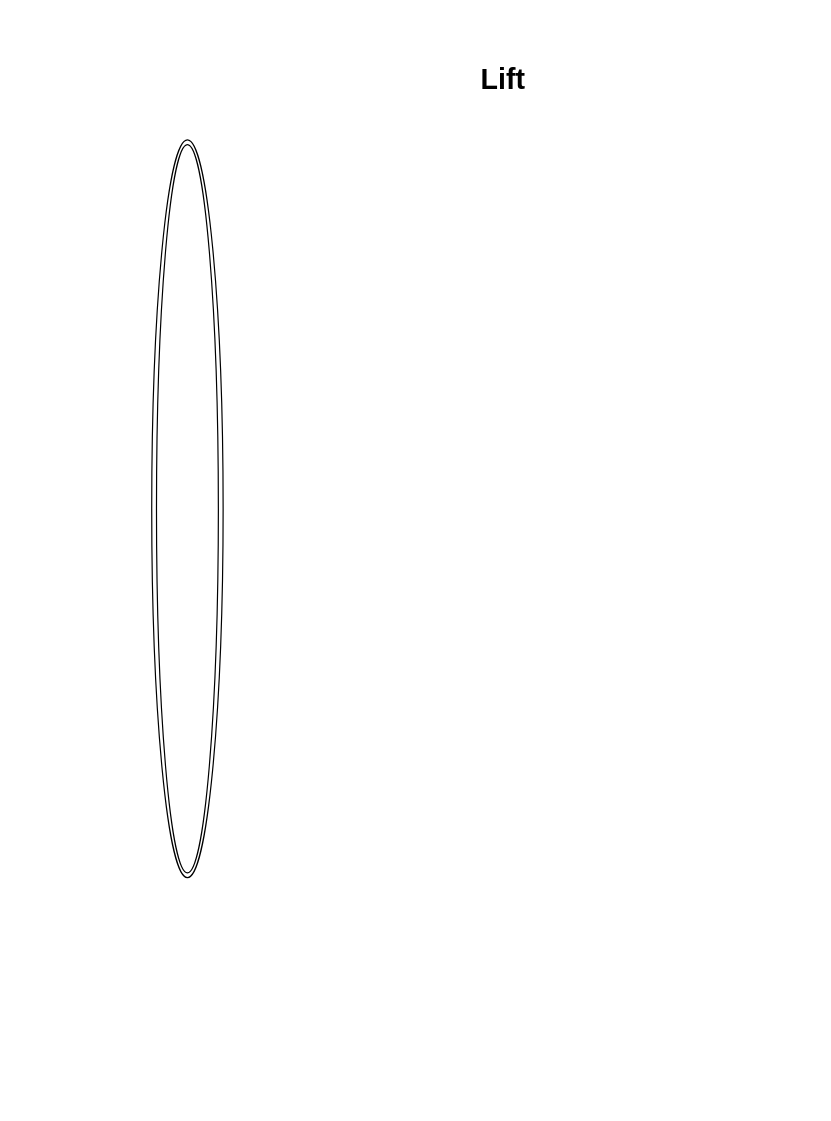
The draw.io diagram page "Lift" (4 of 4) of ballLift.drawio in DrBiffness/pachinko-lift, before the edit. Source tidied: cells renumbered, new cells numbered last; positions are measured from the earlier drawing's top-left corner, leaving out a move shared by most shapes. Both pictures are drawn from the tidied source at 119%, with x=0, y=0 at pixel (-182, 20).
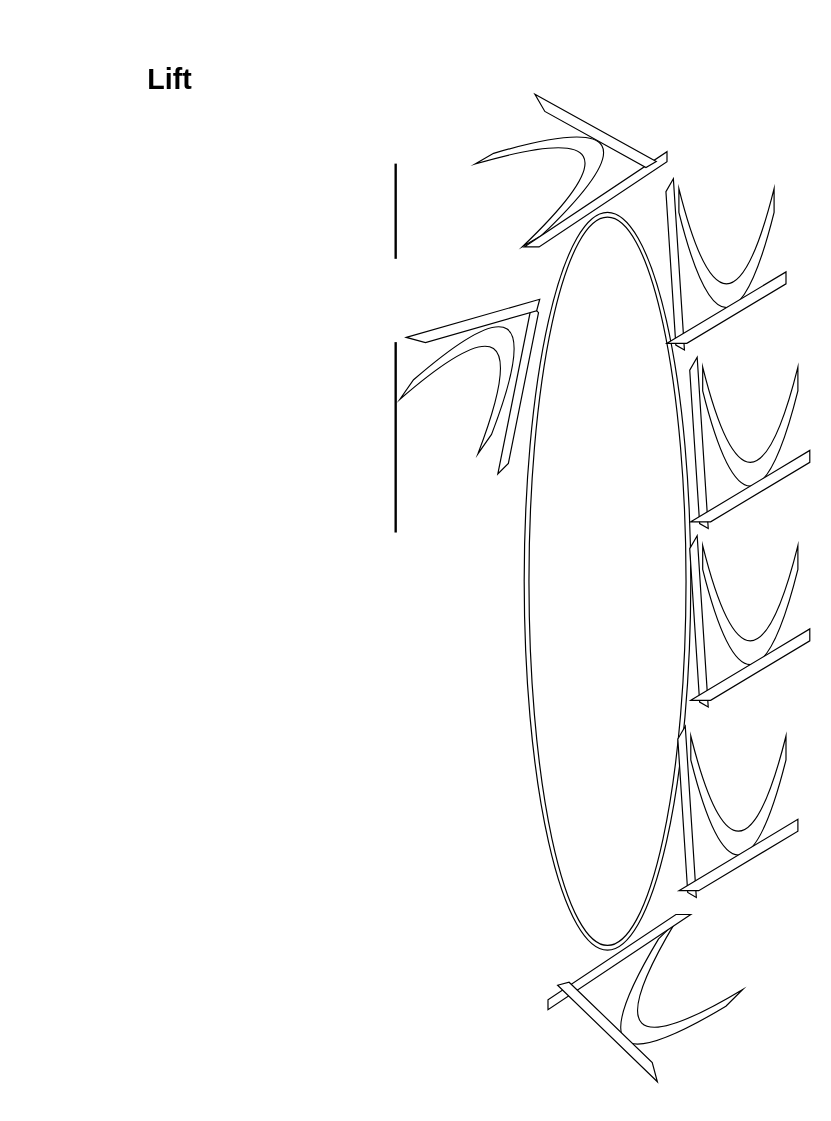
The same diagram, later.

Diff of the diagram source:
```diff
@@
     <mxCell id="2" value="Lift" style="text;strokeColor=none;fillColor=none;html=1;fontSize=24;fontStyle=1;verticalAlign=middle;align=center;" parent="1" vertex="1">
-      <mxGeometry x="450" width="250" height="100" as="geometry" />
+      <mxGeometry x="170" width="250" height="100" as="geometry" />
     </mxCell>
     <mxCell id="3" style="ellipse;shape=doubleEllipse;whiteSpace=wrap;html=1;rotation=-90;" parent="1" vertex="1">
-      <mxGeometry y="380" width="620" height="60" as="geometry" />
+      <mxGeometry x="353" y="401" width="620" height="140" as="geometry" />
     </mxCell>
+    <mxCell id="4" style="shape=dataStorage;whiteSpace=wrap;html=1;fixedSize=1;rotation=-90;size=80;" parent="1" vertex="1">
+      <mxGeometry x="733" y="301" width="100" height="80" as="geometry" />
+    </mxCell>
+    <mxCell id="5" style="verticalLabelPosition=bottom;verticalAlign=top;html=1;shape=mxgraph.basic.diag_stripe;dx=10;rotation=-240;" parent="1" vertex="1">
+      <mxGeometry x="683" y="314.7" width="120" height="80" as="geometry" />
+    </mxCell>
+    <mxCell id="6" style="verticalLabelPosition=bottom;verticalAlign=top;html=1;shape=mxgraph.basic.diag_stripe;dx=10;" parent="1" vertex="1">
+      <mxGeometry x="733" y="361" width="100" height="60" as="geometry" />
+    </mxCell>
+    <mxCell id="7" style="shape=dataStorage;whiteSpace=wrap;html=1;fixedSize=1;rotation=-90;size=80;" parent="1" vertex="1">
+      <mxGeometry x="733" y="451" width="100" height="80" as="geometry" />
+    </mxCell>
+    <mxCell id="8" style="verticalLabelPosition=bottom;verticalAlign=top;html=1;shape=mxgraph.basic.diag_stripe;dx=10;rotation=-240;" parent="1" vertex="1">
+      <mxGeometry x="683" y="464.7" width="120" height="80" as="geometry" />
+    </mxCell>
+    <mxCell id="9" style="verticalLabelPosition=bottom;verticalAlign=top;html=1;shape=mxgraph.basic.diag_stripe;dx=10;" parent="1" vertex="1">
+      <mxGeometry x="733" y="511" width="100" height="60" as="geometry" />
+    </mxCell>
+    <mxCell id="10" style="shape=dataStorage;whiteSpace=wrap;html=1;fixedSize=1;rotation=-90;size=80;" parent="1" vertex="1">
+      <mxGeometry x="713" y="151" width="100" height="80" as="geometry" />
+    </mxCell>
+    <mxCell id="11" style="verticalLabelPosition=bottom;verticalAlign=top;html=1;shape=mxgraph.basic.diag_stripe;dx=10;rotation=-240;" parent="1" vertex="1">
+      <mxGeometry x="663" y="164.7" width="120" height="80" as="geometry" />
+    </mxCell>
+    <mxCell id="12" style="verticalLabelPosition=bottom;verticalAlign=top;html=1;shape=mxgraph.basic.diag_stripe;dx=10;" parent="1" vertex="1">
+      <mxGeometry x="713" y="211" width="100" height="60" as="geometry" />
+    </mxCell>
+    <mxCell id="13" style="shape=dataStorage;whiteSpace=wrap;html=1;fixedSize=1;rotation=-90;size=80;" parent="1" vertex="1">
+      <mxGeometry x="723" y="611" width="100" height="80" as="geometry" />
+    </mxCell>
+    <mxCell id="14" style="verticalLabelPosition=bottom;verticalAlign=top;html=1;shape=mxgraph.basic.diag_stripe;dx=10;rotation=-240;" parent="1" vertex="1">
+      <mxGeometry x="673" y="624.7" width="120" height="80" as="geometry" />
+    </mxCell>
+    <mxCell id="15" style="verticalLabelPosition=bottom;verticalAlign=top;html=1;shape=mxgraph.basic.diag_stripe;dx=10;" parent="1" vertex="1">
+      <mxGeometry x="723" y="671" width="100" height="60" as="geometry" />
+    </mxCell>
+    <mxCell id="16" style="shape=dataStorage;whiteSpace=wrap;html=1;fixedSize=1;rotation=45;size=80;direction=north;" parent="1" vertex="1">
+      <mxGeometry x="673" y="771" width="80" height="100" as="geometry" />
+    </mxCell>
+    <mxCell id="17" style="verticalLabelPosition=bottom;verticalAlign=top;html=1;shape=mxgraph.basic.diag_stripe;dx=10;rotation=-90;direction=north;" parent="1" vertex="1">
+      <mxGeometry x="633" y="731" width="80" height="120" as="geometry" />
+    </mxCell>
+    <mxCell id="18" style="verticalLabelPosition=bottom;verticalAlign=top;html=1;shape=mxgraph.basic.diag_stripe;dx=10;rotation=-15;direction=north;" parent="1" vertex="1">
+      <mxGeometry x="633" y="801" width="60" height="100" as="geometry" />
+    </mxCell>
+    <mxCell id="19" style="shape=dataStorage;whiteSpace=wrap;html=1;fixedSize=1;rotation=125;size=80;" parent="1" vertex="1">
+      <mxGeometry x="500" y="260" width="100" height="80" as="geometry" />
+    </mxCell>
+    <mxCell id="20" style="verticalLabelPosition=bottom;verticalAlign=top;html=1;shape=mxgraph.basic.diag_stripe;dx=10;rotation=-45;" parent="1" vertex="1">
+      <mxGeometry x="525" y="270" width="120" height="80" as="geometry" />
+    </mxCell>
+    <mxCell id="21" style="verticalLabelPosition=bottom;verticalAlign=top;html=1;shape=mxgraph.basic.diag_stripe;dx=10;rotation=15;" parent="1" vertex="1">
+      <mxGeometry x="500" y="220" width="100" height="60" as="geometry" />
+    </mxCell>
+    <mxCell id="22" style="line;strokeWidth=2;direction=south;html=1;" parent="1" vertex="1">
+      <mxGeometry x="480" y="120" width="10" height="80" as="geometry" />
+    </mxCell>
+    <mxCell id="23" style="line;strokeWidth=2;direction=south;html=1;" parent="1" vertex="1">
+      <mxGeometry x="480" y="270" width="10" height="160" as="geometry" />
+    </mxCell>
+    <mxCell id="24" style="shape=dataStorage;whiteSpace=wrap;html=1;fixedSize=1;rotation=-210;size=82;" parent="1" vertex="1">
+      <mxGeometry x="565" y="90" width="100" height="80" as="geometry" />
+    </mxCell>
+    <mxCell id="25" style="verticalLabelPosition=bottom;verticalAlign=top;html=1;shape=mxgraph.basic.diag_stripe;dx=10;rotation=0;" parent="1" vertex="1">
+      <mxGeometry x="593" y="110" width="120" height="80" as="geometry" />
+    </mxCell>
+    <mxCell id="26" style="verticalLabelPosition=bottom;verticalAlign=top;html=1;shape=mxgraph.basic.diag_stripe;dx=10;rotation=60;" parent="1" vertex="1">
+      <mxGeometry x="603" y="60" width="100" height="60" as="geometry" />
+    </mxCell>
```
